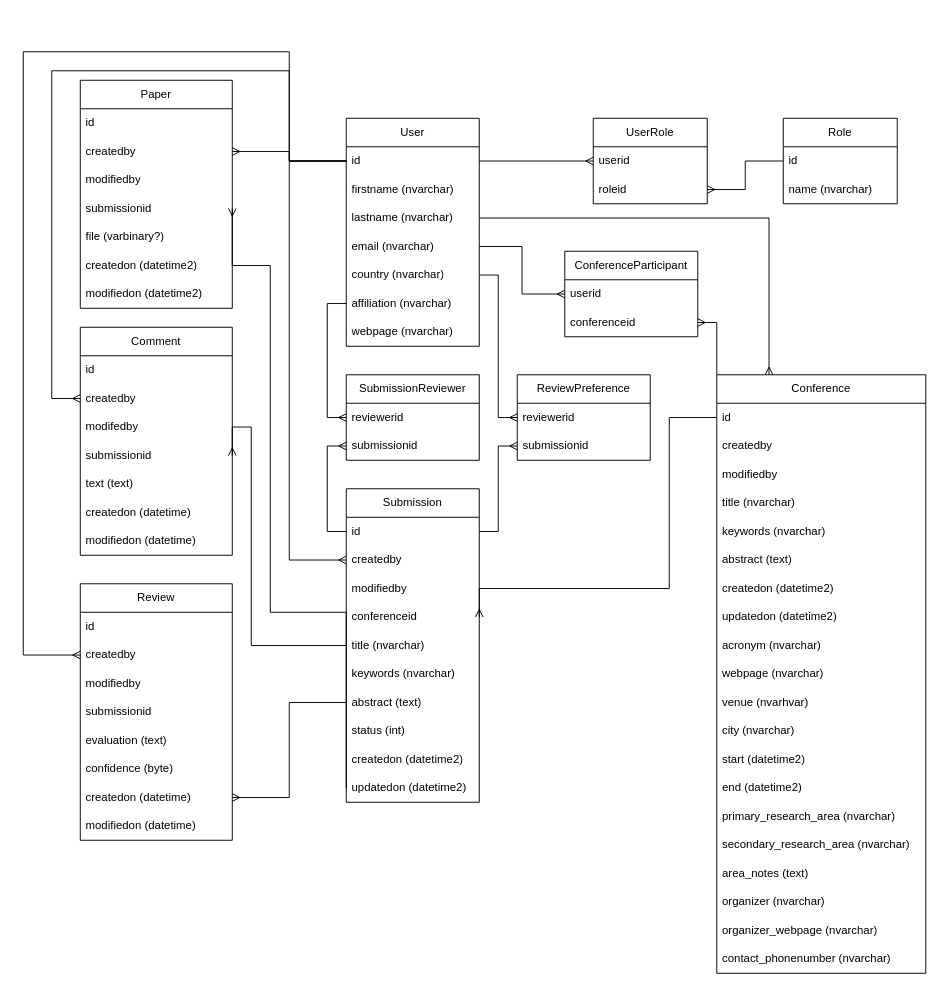
The draw.io diagram docs/physical.drawio in ayushchenk/conference, before the edit. Source tidied: cells renumbered, new cells numbered last; positions are measured from the earlier drawing's top-left corner, leaving out a move shared by most shapes. Both pictures are drawn from the tidied source at 95%, with x=0, y=0 at pixel (23, 51).
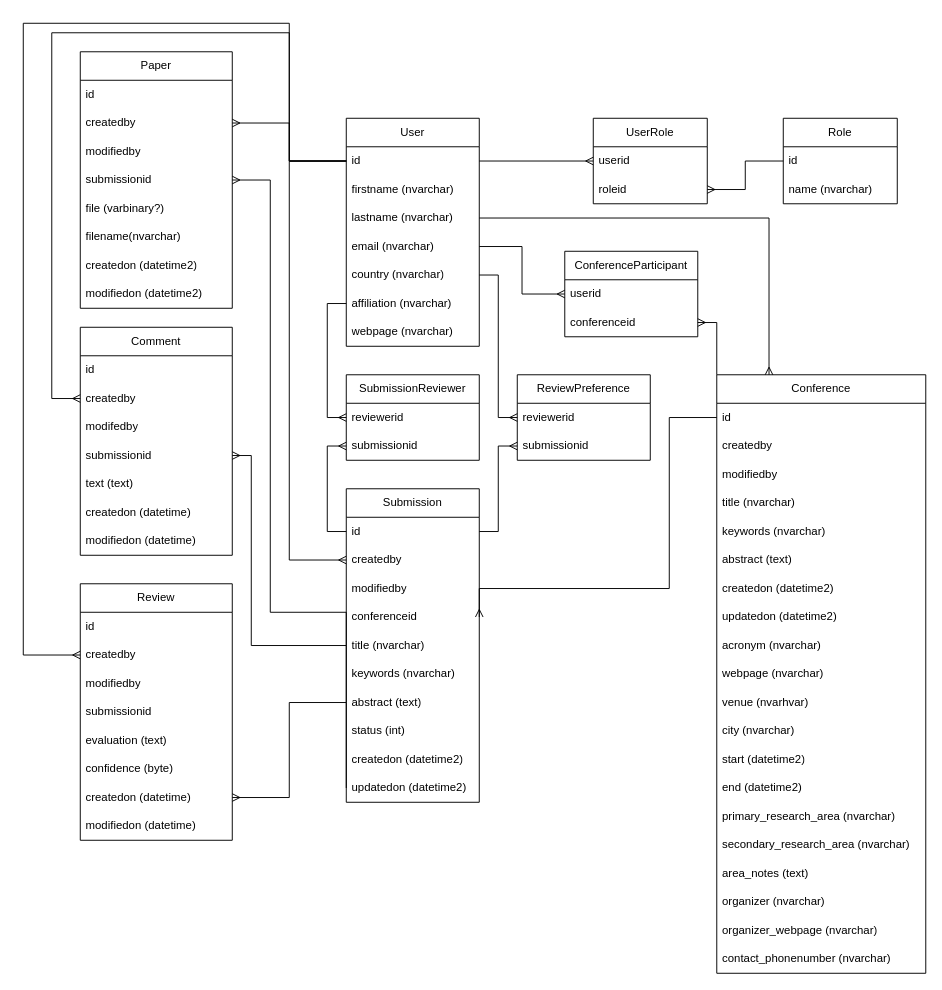
Above is the later version.

The change refers to these unchanged cells:
```xml
<mxCell id="5" value="id" style="text;strokeColor=none;fillColor=none;align=left;verticalAlign=middle;spacingLeft=4;spacingRight=4;overflow=hidden;points=[[0,0.5],[1,0.5]];portConstraint=eastwest;whiteSpace=wrap;html=1;" parent="4" vertex="1">
  <mxGeometry y="30" width="140" height="30" as="geometry" />
</mxCell>
<mxCell id="22" value="submissionid" style="text;strokeColor=none;fillColor=none;align=left;verticalAlign=middle;spacingLeft=4;spacingRight=4;overflow=hidden;points=[[0,0.5],[1,0.5]];portConstraint=eastwest;whiteSpace=wrap;html=1;" parent="18" vertex="1">
  <mxGeometry y="120" width="160" height="30" as="geometry" />
</mxCell>
<mxCell id="32" value="title (nvarchar)" style="text;strokeColor=none;fillColor=none;align=left;verticalAlign=middle;spacingLeft=4;spacingRight=4;overflow=hidden;points=[[0,0.5],[1,0.5]];portConstraint=eastwest;whiteSpace=wrap;html=1;" parent="27" vertex="1">
  <mxGeometry y="150" width="140" height="30" as="geometry" />
</mxCell>
<mxCell id="34" value="abstract (text)" style="text;strokeColor=none;fillColor=none;align=left;verticalAlign=middle;spacingLeft=4;spacingRight=4;overflow=hidden;points=[[0,0.5],[1,0.5]];portConstraint=eastwest;whiteSpace=wrap;html=1;" parent="27" vertex="1">
  <mxGeometry y="210" width="140" height="30" as="geometry" />
</mxCell>
<mxCell id="44" value="createdby" style="text;strokeColor=none;fillColor=none;align=left;verticalAlign=middle;spacingLeft=4;spacingRight=4;overflow=hidden;points=[[0,0.5],[1,0.5]];portConstraint=eastwest;whiteSpace=wrap;html=1;" parent="42" vertex="1">
  <mxGeometry y="60" width="160" height="30" as="geometry" />
</mxCell>
<mxCell id="54" value="createdby" style="text;strokeColor=none;fillColor=none;align=left;verticalAlign=middle;spacingLeft=4;spacingRight=4;overflow=hidden;points=[[0,0.5],[1,0.5]];portConstraint=eastwest;whiteSpace=wrap;html=1;" parent="52" vertex="1">
  <mxGeometry y="60" width="160" height="30" as="geometry" />
</mxCell>
<mxCell id="56" value="submissionid" style="text;strokeColor=none;fillColor=none;align=left;verticalAlign=middle;spacingLeft=4;spacingRight=4;overflow=hidden;points=[[0,0.5],[1,0.5]];portConstraint=eastwest;whiteSpace=wrap;html=1;" parent="52" vertex="1">
  <mxGeometry y="120" width="160" height="30" as="geometry" />
</mxCell>
```

Diff of the diagram source:
```diff
@@
     <mxCell id="2" style="edgeStyle=orthogonalEdgeStyle;rounded=0;jettySize=auto;html=1;exitX=0;exitY=0.5;exitDx=0;exitDy=0;entryX=0;entryY=0.5;entryDx=0;entryDy=0;endArrow=ERmany;endFill=0;" parent="1" edge="1" source="5" target="44">
       <mxGeometry relative="1" as="geometry">
         <Array as="points">
           <mxPoint x="280" y="115" />
-          <mxPoint x="280" />
-          <mxPoint />
+          <mxPoint x="280" y="-30" />
+          <mxPoint y="-30" />
           <mxPoint y="635" />
         </Array>
       </mxGeometry>
     </mxCell>
     <mxCell id="3" style="edgeStyle=orthogonalEdgeStyle;rounded=0;jettySize=auto;html=1;exitX=0;exitY=0.5;exitDx=0;exitDy=0;entryX=0;entryY=0.5;entryDx=0;entryDy=0;endArrow=ERmany;endFill=0;" parent="1" edge="1" source="5" target="54">
       <mxGeometry relative="1" as="geometry">
         <Array as="points">
           <mxPoint x="280" y="115" />
-          <mxPoint x="280" y="20" />
-          <mxPoint x="30" y="20" />
+          <mxPoint x="280" y="-20" />
+          <mxPoint x="30" y="-20" />
           <mxPoint x="30" y="365" />
         </Array>
       </mxGeometry>
     </mxCell>
@@
     <mxCell id="18" value="Paper" style="swimlane;fontStyle=0;horizontal=1;startSize=30;whiteSpace=wrap;html=1;" parent="1" vertex="1">
-      <mxGeometry x="60" y="30" width="160" height="240" as="geometry" />
+      <mxGeometry x="60" width="160" height="270" as="geometry" />
     </mxCell>
@@
+    <mxCell id="99" value="filename(nvarchar)" style="text;strokeColor=none;fillColor=none;align=left;verticalAlign=middle;spacingLeft=4;spacingRight=4;overflow=hidden;whiteSpace=wrap;html=1;" parent="18" vertex="1">
+      <mxGeometry y="180" width="160" height="30" as="geometry" />
+    </mxCell>
     <mxCell id="24" value="createdon (datetime2)" style="text;strokeColor=none;fillColor=none;align=left;verticalAlign=middle;spacingLeft=4;spacingRight=4;overflow=hidden;whiteSpace=wrap;html=1;" parent="18" vertex="1">
-      <mxGeometry y="180" width="160" height="30" as="geometry" />
+      <mxGeometry y="210" width="160" height="30" as="geometry" />
     </mxCell>
     <mxCell id="25" value="modifiedon (datetime2)" style="text;strokeColor=none;fillColor=none;align=left;verticalAlign=middle;spacingLeft=4;spacingRight=4;overflow=hidden;whiteSpace=wrap;html=1;" parent="18" vertex="1">
-      <mxGeometry y="210" width="160" height="30" as="geometry" />
+      <mxGeometry y="240" width="160" height="30" as="geometry" />
     </mxCell>
@@
     <mxCell id="38" style="edgeStyle=orthogonalEdgeStyle;rounded=0;jettySize=auto;html=1;exitX=0;exitY=0.5;exitDx=0;exitDy=0;entryX=1;entryY=0.5;entryDx=0;entryDy=0;endArrow=ERmany;endFill=0;" parent="1" edge="1" source="32" target="22">
       <mxGeometry relative="1" as="geometry">
         <Array as="points">
           <mxPoint x="340" y="590" />
           <mxPoint x="260" y="590" />
-          <mxPoint x="260" y="225" />
+          <mxPoint x="260" y="135" />
         </Array>
       </mxGeometry>
     </mxCell>
@@
     <mxCell id="60" style="edgeStyle=orthogonalEdgeStyle;rounded=0;jettySize=auto;html=1;exitX=0;exitY=0.5;exitDx=0;exitDy=0;entryX=1;entryY=0.5;entryDx=0;entryDy=0;endArrow=ERmany;endFill=0;" parent="1" edge="1" source="34" target="56">
       <mxGeometry relative="1" as="geometry">
         <Array as="points">
+          <mxPoint x="340" y="625" />
           <mxPoint x="240" y="625" />
-          <mxPoint x="240" y="395" />
+          <mxPoint x="240" y="425" />
         </Array>
       </mxGeometry>
     </mxCell>
```
